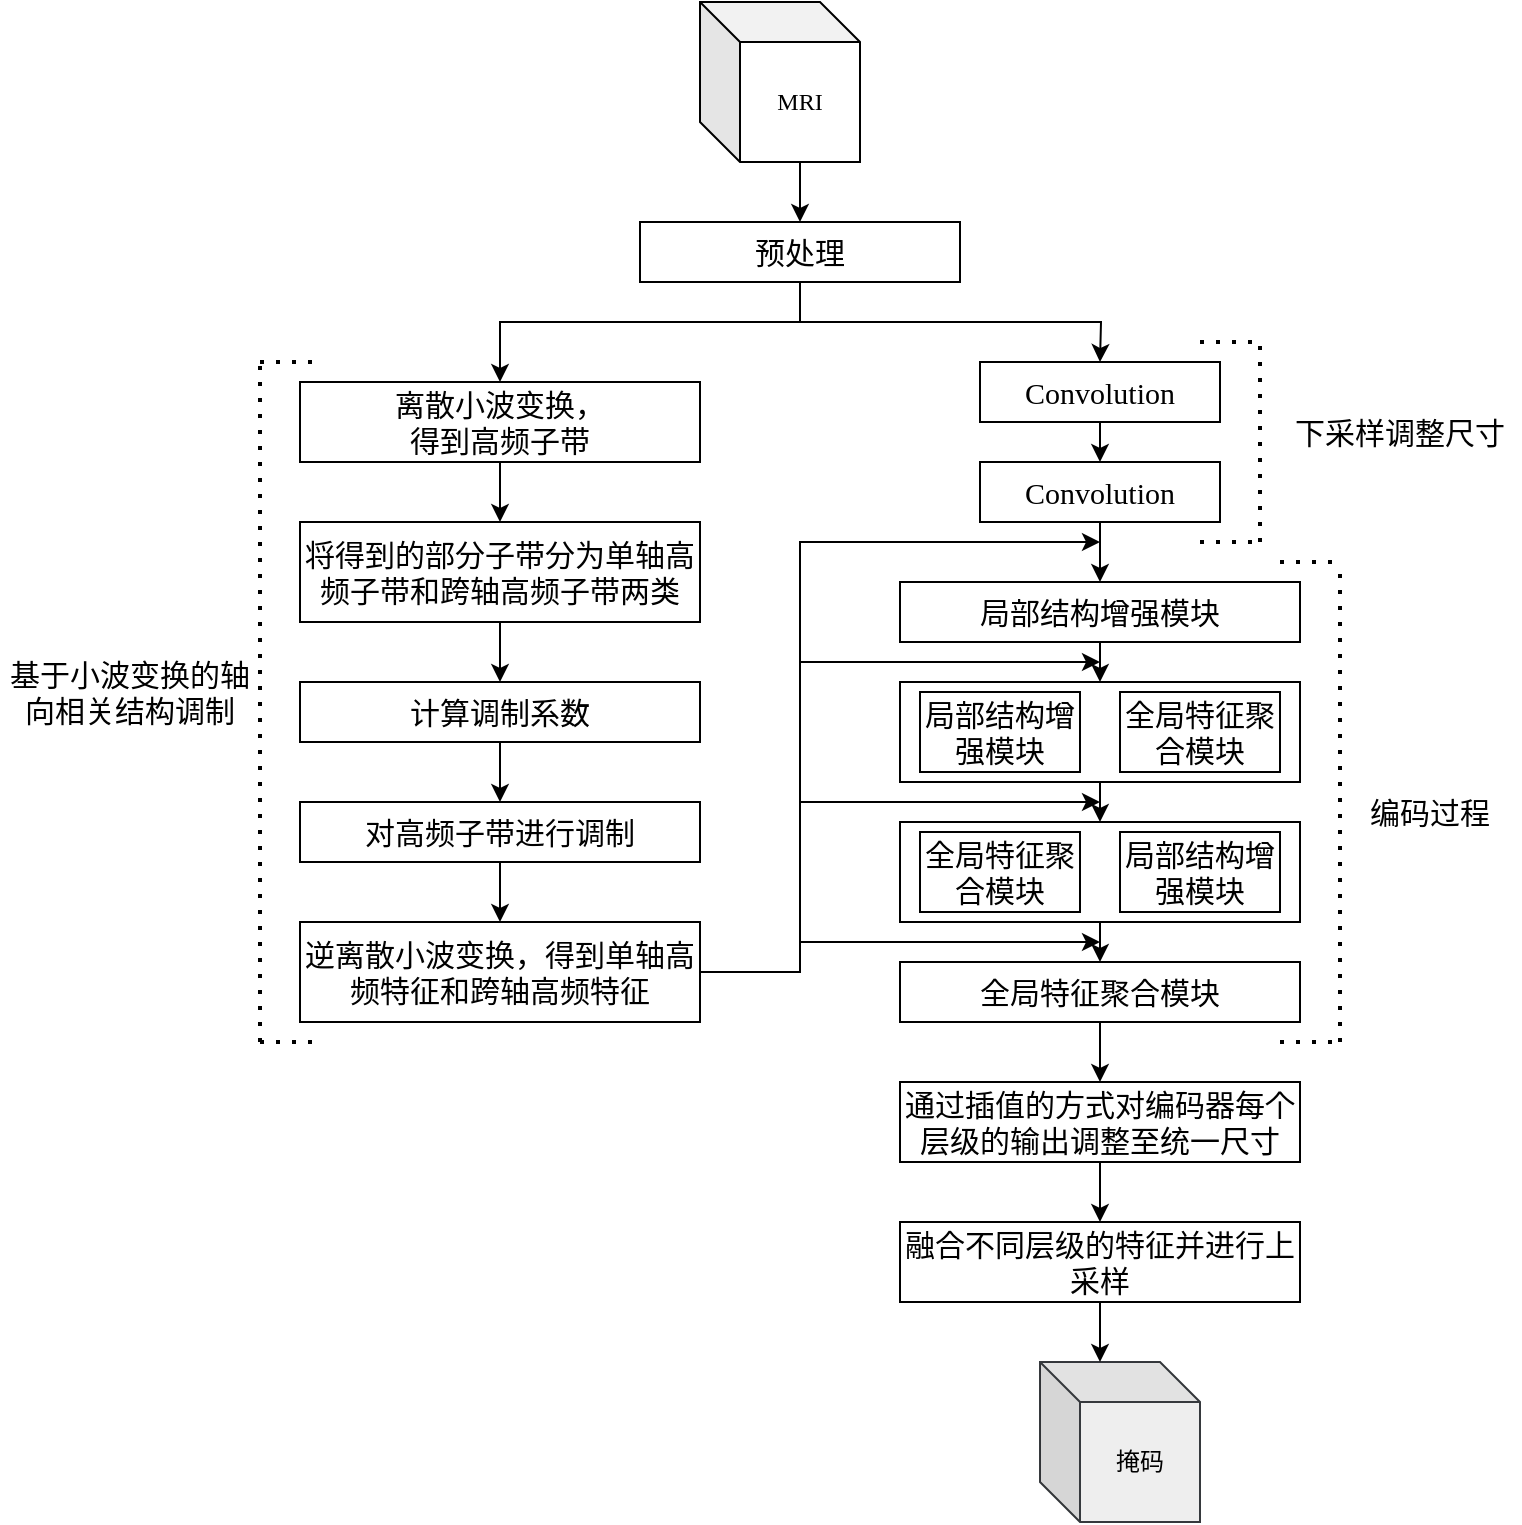
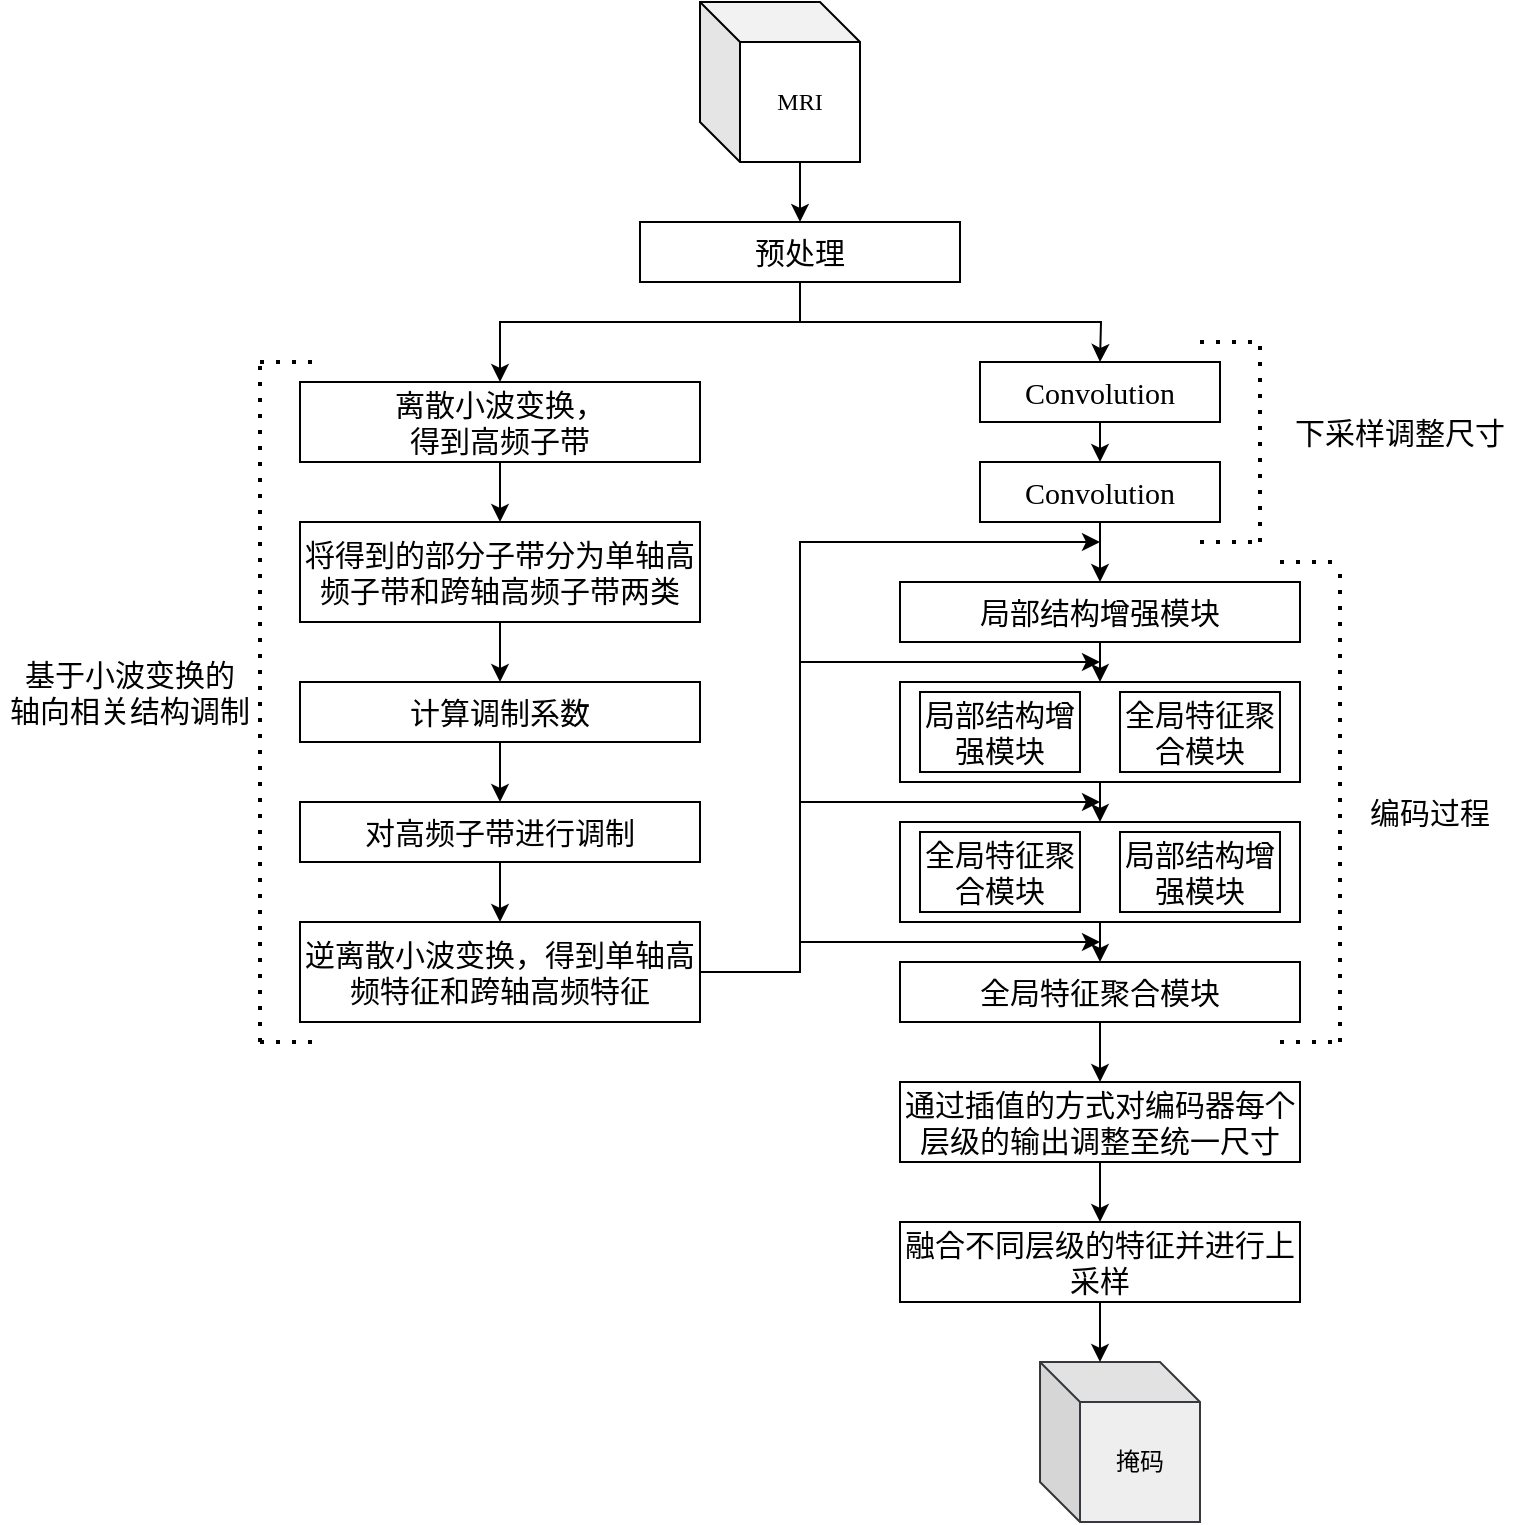
<mxfile host="app.diagrams.net">
  <diagram name="第 1 页" id="5Iq7FNl4cahkRyelhEuZ">
    <mxGraphModel dx="1406" dy="754" grid="1" gridSize="10" guides="1" tooltips="1" connect="1" arrows="1" fold="1" page="1" pageScale="1" pageWidth="827" pageHeight="1169" math="0" shadow="0">
      <root>
        <mxCell id="0" />
        <mxCell id="1" parent="0" />
        <mxCell id="zwdBU7YMSMu1EzGOEkfI-1" edge="1" parent="1" source="zwdBU7YMSMu1EzGOEkfI-3" style="edgeStyle=orthogonalEdgeStyle;rounded=0;orthogonalLoop=1;jettySize=auto;html=1;exitX=0.5;exitY=1;exitDx=0;exitDy=0;entryX=0.5;entryY=0;entryDx=0;entryDy=0;fontFamily=Times New Roman;" target="1ujZz8C-JaTFy7bkJe4T-16">
          <mxGeometry relative="1" as="geometry">
            <Array as="points">
              <mxPoint x="410" y="180" />
              <mxPoint x="260" y="180" />
            </Array>
            <mxPoint x="260" y="200" as="targetPoint" />
          </mxGeometry>
        </mxCell>
        <mxCell id="zwdBU7YMSMu1EzGOEkfI-2" edge="1" parent="1" source="zwdBU7YMSMu1EzGOEkfI-3" style="edgeStyle=orthogonalEdgeStyle;rounded=0;orthogonalLoop=1;jettySize=auto;html=1;exitX=0.5;exitY=1;exitDx=0;exitDy=0;fontFamily=Times New Roman;">
          <mxGeometry relative="1" as="geometry">
            <mxPoint x="560" y="200" as="targetPoint" />
          </mxGeometry>
        </mxCell>
        <mxCell id="zwdBU7YMSMu1EzGOEkfI-3" parent="1" style="rounded=0;whiteSpace=wrap;html=1;fontFamily=Times New Roman;" value="&lt;font style=&quot;font-size: 15px;&quot;&gt;预处理&lt;/font&gt;" vertex="1">
          <mxGeometry height="30" width="160" x="330" y="130" as="geometry" />
        </mxCell>
        <mxCell id="zwdBU7YMSMu1EzGOEkfI-4" parent="1" style="shape=cube;whiteSpace=wrap;html=1;boundedLbl=1;backgroundOutline=1;darkOpacity=0.05;darkOpacity2=0.1;fontFamily=Times New Roman;" value="MRI" vertex="1">
          <mxGeometry height="80" width="80" x="360" y="20" as="geometry" />
        </mxCell>
        <mxCell id="zwdBU7YMSMu1EzGOEkfI-5" edge="1" parent="1" source="zwdBU7YMSMu1EzGOEkfI-4" style="endArrow=classic;html=1;rounded=0;exitX=0;exitY=0;exitDx=50;exitDy=80;exitPerimeter=0;entryX=0.5;entryY=0;entryDx=0;entryDy=0;fontFamily=Times New Roman;" target="zwdBU7YMSMu1EzGOEkfI-3" value="">
          <mxGeometry height="50" relative="1" width="50" as="geometry">
            <Array as="points" />
            <mxPoint x="470" y="450" as="sourcePoint" />
            <mxPoint x="470" y="470" as="targetPoint" />
          </mxGeometry>
        </mxCell>
        <mxCell id="1ujZz8C-JaTFy7bkJe4T-23" edge="1" parent="1" source="zwdBU7YMSMu1EzGOEkfI-6" style="edgeStyle=orthogonalEdgeStyle;rounded=0;orthogonalLoop=1;jettySize=auto;html=1;exitX=0.5;exitY=1;exitDx=0;exitDy=0;entryX=0.5;entryY=0;entryDx=0;entryDy=0;" target="zwdBU7YMSMu1EzGOEkfI-13">
          <mxGeometry relative="1" as="geometry" />
        </mxCell>
        <mxCell id="zwdBU7YMSMu1EzGOEkfI-6" parent="1" style="rounded=0;whiteSpace=wrap;html=1;fontFamily=Times New Roman;" value="&lt;font style=&quot;font-size: 15px;&quot;&gt;Convolution&lt;/font&gt;" vertex="1">
          <mxGeometry height="30" width="120" x="500" y="250" as="geometry" />
        </mxCell>
        <mxCell id="zwdBU7YMSMu1EzGOEkfI-8" edge="1" parent="1" source="zwdBU7YMSMu1EzGOEkfI-7" style="edgeStyle=orthogonalEdgeStyle;rounded=0;orthogonalLoop=1;jettySize=auto;html=1;exitX=0.5;exitY=1;exitDx=0;exitDy=0;entryX=0.5;entryY=0;entryDx=0;entryDy=0;fontFamily=Times New Roman;" target="zwdBU7YMSMu1EzGOEkfI-6">
          <mxGeometry relative="1" as="geometry">
            <Array as="points">
              <mxPoint x="560" y="240" />
              <mxPoint x="560" y="240" />
            </Array>
          </mxGeometry>
        </mxCell>
        <mxCell id="zwdBU7YMSMu1EzGOEkfI-7" parent="1" style="rounded=0;whiteSpace=wrap;html=1;fontFamily=Times New Roman;" value="&lt;font style=&quot;font-size: 15px;&quot;&gt;Convolution&lt;/font&gt;" vertex="1">
          <mxGeometry height="30" width="120" x="500" y="200" as="geometry" />
        </mxCell>
        <mxCell id="zwdBU7YMSMu1EzGOEkfI-9" edge="1" parent="1" style="endArrow=none;dashed=1;html=1;dashPattern=1 3;strokeWidth=2;rounded=0;fontFamily=Times New Roman;" value="">
          <mxGeometry height="50" relative="1" width="50" as="geometry">
            <mxPoint x="610" y="190" as="sourcePoint" />
            <mxPoint x="640" y="190" as="targetPoint" />
          </mxGeometry>
        </mxCell>
        <mxCell id="zwdBU7YMSMu1EzGOEkfI-10" edge="1" parent="1" style="endArrow=none;dashed=1;html=1;dashPattern=1 3;strokeWidth=2;rounded=0;fontFamily=Times New Roman;" value="">
          <mxGeometry height="50" relative="1" width="50" as="geometry">
            <mxPoint x="640" y="290" as="sourcePoint" />
            <mxPoint x="640" y="190" as="targetPoint" />
          </mxGeometry>
        </mxCell>
        <mxCell id="zwdBU7YMSMu1EzGOEkfI-11" edge="1" parent="1" style="endArrow=none;dashed=1;html=1;dashPattern=1 3;strokeWidth=2;rounded=0;fontFamily=Times New Roman;" value="">
          <mxGeometry height="50" relative="1" width="50" as="geometry">
            <mxPoint x="610" y="290" as="sourcePoint" />
            <mxPoint x="640" y="290" as="targetPoint" />
          </mxGeometry>
        </mxCell>
        <mxCell id="1ujZz8C-JaTFy7bkJe4T-10" edge="1" parent="1" source="zwdBU7YMSMu1EzGOEkfI-13" style="edgeStyle=orthogonalEdgeStyle;rounded=0;orthogonalLoop=1;jettySize=auto;html=1;exitX=0.5;exitY=1;exitDx=0;exitDy=0;entryX=0.5;entryY=0;entryDx=0;entryDy=0;fontFamily=Times New Roman;" target="1ujZz8C-JaTFy7bkJe4T-4">
          <mxGeometry relative="1" as="geometry" />
        </mxCell>
        <mxCell id="zwdBU7YMSMu1EzGOEkfI-13" parent="1" style="rounded=0;whiteSpace=wrap;html=1;fontFamily=Times New Roman;" value="&lt;span style=&quot;font-size: 15px;&quot;&gt;局部&lt;/span&gt;&lt;font style=&quot;font-size: 15px;&quot;&gt;结构增强&lt;/font&gt;&lt;span style=&quot;font-size: 15px;&quot;&gt;模块&lt;/span&gt;" vertex="1">
          <mxGeometry height="30" width="200" x="460" y="310" as="geometry" />
        </mxCell>
        <mxCell id="1ujZz8C-JaTFy7bkJe4T-14" edge="1" parent="1" source="1ujZz8C-JaTFy7bkJe4T-3" style="edgeStyle=orthogonalEdgeStyle;rounded=0;orthogonalLoop=1;jettySize=auto;html=1;exitX=0.5;exitY=1;exitDx=0;exitDy=0;fontFamily=Times New Roman;">
          <mxGeometry relative="1" as="geometry">
            <mxPoint x="560" y="560" as="targetPoint" />
          </mxGeometry>
        </mxCell>
        <mxCell id="1ujZz8C-JaTFy7bkJe4T-3" parent="1" style="rounded=0;whiteSpace=wrap;html=1;fontFamily=Times New Roman;" value="&lt;span style=&quot;font-size: 15px;&quot;&gt;全局特征聚合模块&lt;/span&gt;" vertex="1">
          <mxGeometry height="30" width="200" x="460" y="500" as="geometry" />
        </mxCell>
        <mxCell id="1ujZz8C-JaTFy7bkJe4T-6" connectable="0" parent="1" style="group;fontFamily=Times New Roman;" value="" vertex="1">
          <mxGeometry height="50" width="200" x="460" y="360" as="geometry" />
        </mxCell>
        <mxCell id="1ujZz8C-JaTFy7bkJe4T-4" parent="1ujZz8C-JaTFy7bkJe4T-6" style="rounded=0;whiteSpace=wrap;html=1;fontFamily=Times New Roman;" value="" vertex="1">
          <mxGeometry height="50" width="200" as="geometry" />
        </mxCell>
        <mxCell id="zwdBU7YMSMu1EzGOEkfI-14" parent="1ujZz8C-JaTFy7bkJe4T-6" style="rounded=0;whiteSpace=wrap;html=1;fontFamily=Times New Roman;" value="&lt;span style=&quot;font-size: 15px;&quot;&gt;局部&lt;/span&gt;&lt;font style=&quot;font-size: 15px;&quot;&gt;结构增强&lt;/font&gt;&lt;span style=&quot;font-size: 15px;&quot;&gt;模块&lt;/span&gt;" vertex="1">
          <mxGeometry height="40" width="80" x="10" y="5" as="geometry" />
        </mxCell>
        <mxCell id="zwdBU7YMSMu1EzGOEkfI-15" parent="1ujZz8C-JaTFy7bkJe4T-6" style="rounded=0;whiteSpace=wrap;html=1;fontFamily=Times New Roman;" value="&lt;span style=&quot;font-size: 15px;&quot;&gt;全局特征聚合模块&lt;/span&gt;" vertex="1">
          <mxGeometry height="40" width="80" x="110" y="5" as="geometry" />
        </mxCell>
        <mxCell id="1ujZz8C-JaTFy7bkJe4T-7" connectable="0" parent="1" style="group;fontFamily=Times New Roman;" value="" vertex="1">
          <mxGeometry height="50" width="200" x="460" y="430" as="geometry" />
        </mxCell>
        <mxCell id="1ujZz8C-JaTFy7bkJe4T-5" parent="1ujZz8C-JaTFy7bkJe4T-7" style="rounded=0;whiteSpace=wrap;html=1;fontFamily=Times New Roman;" value="" vertex="1">
          <mxGeometry height="50" width="200" as="geometry" />
        </mxCell>
        <mxCell id="1ujZz8C-JaTFy7bkJe4T-1" parent="1ujZz8C-JaTFy7bkJe4T-7" style="rounded=0;whiteSpace=wrap;html=1;fontFamily=Times New Roman;" value="&lt;span style=&quot;font-size: 15px;&quot;&gt;全局特征聚合模块&lt;/span&gt;" vertex="1">
          <mxGeometry height="40" width="80" x="10" y="5" as="geometry" />
        </mxCell>
        <mxCell id="1ujZz8C-JaTFy7bkJe4T-2" parent="1ujZz8C-JaTFy7bkJe4T-7" style="rounded=0;whiteSpace=wrap;html=1;fontFamily=Times New Roman;" value="&lt;span style=&quot;font-size: 15px;&quot;&gt;局部&lt;/span&gt;&lt;font style=&quot;font-size: 15px;&quot;&gt;结构增强&lt;/font&gt;&lt;span style=&quot;font-size: 15px;&quot;&gt;模块&lt;/span&gt;" vertex="1">
          <mxGeometry height="40" width="80" x="110" y="5" as="geometry" />
        </mxCell>
        <mxCell id="1ujZz8C-JaTFy7bkJe4T-11" edge="1" parent="1" source="1ujZz8C-JaTFy7bkJe4T-4" style="edgeStyle=orthogonalEdgeStyle;rounded=0;orthogonalLoop=1;jettySize=auto;html=1;exitX=0.5;exitY=1;exitDx=0;exitDy=0;entryX=0.5;entryY=0;entryDx=0;entryDy=0;fontFamily=Times New Roman;" target="1ujZz8C-JaTFy7bkJe4T-5">
          <mxGeometry relative="1" as="geometry" />
        </mxCell>
        <mxCell id="1ujZz8C-JaTFy7bkJe4T-13" edge="1" parent="1" source="1ujZz8C-JaTFy7bkJe4T-5" style="edgeStyle=orthogonalEdgeStyle;rounded=0;orthogonalLoop=1;jettySize=auto;html=1;exitX=0.5;exitY=1;exitDx=0;exitDy=0;entryX=0.5;entryY=0;entryDx=0;entryDy=0;fontFamily=Times New Roman;" target="1ujZz8C-JaTFy7bkJe4T-3">
          <mxGeometry relative="1" as="geometry" />
        </mxCell>
        <mxCell id="1ujZz8C-JaTFy7bkJe4T-48" edge="1" parent="1" source="1ujZz8C-JaTFy7bkJe4T-15" style="edgeStyle=orthogonalEdgeStyle;rounded=0;orthogonalLoop=1;jettySize=auto;html=1;exitX=0.5;exitY=1;exitDx=0;exitDy=0;entryX=0.5;entryY=0;entryDx=0;entryDy=0;" target="1ujZz8C-JaTFy7bkJe4T-47">
          <mxGeometry relative="1" as="geometry" />
        </mxCell>
        <mxCell id="1ujZz8C-JaTFy7bkJe4T-15" parent="1" style="rounded=0;whiteSpace=wrap;html=1;fontFamily=Times New Roman;" value="&lt;font style=&quot;font-size: 15px;&quot;&gt;通过插值的方式对编码器每个层级的输出调整至统一尺寸&lt;/font&gt;" vertex="1">
          <mxGeometry height="40" width="200" x="460" y="560" as="geometry" />
        </mxCell>
        <mxCell id="1ujZz8C-JaTFy7bkJe4T-42" edge="1" parent="1" source="1ujZz8C-JaTFy7bkJe4T-16" style="edgeStyle=orthogonalEdgeStyle;rounded=0;orthogonalLoop=1;jettySize=auto;html=1;exitX=0.5;exitY=1;exitDx=0;exitDy=0;entryX=0.5;entryY=0;entryDx=0;entryDy=0;" target="1ujZz8C-JaTFy7bkJe4T-26">
          <mxGeometry relative="1" as="geometry" />
        </mxCell>
        <mxCell id="1ujZz8C-JaTFy7bkJe4T-16" parent="1" style="rounded=0;whiteSpace=wrap;html=1;fontFamily=Times New Roman;" value="&lt;span style=&quot;font-size: 15px;&quot;&gt;离散小波变换，&lt;/span&gt;&lt;div&gt;&lt;span style=&quot;font-size: 15px;&quot;&gt;得到高频子带&lt;/span&gt;&lt;/div&gt;" vertex="1">
          <mxGeometry height="40" width="200" x="160" y="210" as="geometry" />
        </mxCell>
        <mxCell id="1ujZz8C-JaTFy7bkJe4T-17" edge="1" parent="1" style="endArrow=none;dashed=1;html=1;dashPattern=1 3;strokeWidth=2;rounded=0;fontFamily=Times New Roman;" value="">
          <mxGeometry height="50" relative="1" width="50" as="geometry">
            <mxPoint x="650" y="300" as="sourcePoint" />
            <mxPoint x="680" y="300" as="targetPoint" />
          </mxGeometry>
        </mxCell>
        <mxCell id="1ujZz8C-JaTFy7bkJe4T-18" edge="1" parent="1" style="endArrow=none;dashed=1;html=1;dashPattern=1 3;strokeWidth=2;rounded=0;fontFamily=Times New Roman;" value="">
          <mxGeometry height="50" relative="1" width="50" as="geometry">
            <mxPoint x="680" y="540" as="sourcePoint" />
            <mxPoint x="680" y="300" as="targetPoint" />
          </mxGeometry>
        </mxCell>
        <mxCell id="1ujZz8C-JaTFy7bkJe4T-19" edge="1" parent="1" style="endArrow=none;dashed=1;html=1;dashPattern=1 3;strokeWidth=2;rounded=0;fontFamily=Times New Roman;" value="">
          <mxGeometry height="50" relative="1" width="50" as="geometry">
            <mxPoint x="650" y="540" as="sourcePoint" />
            <mxPoint x="680" y="540" as="targetPoint" />
          </mxGeometry>
        </mxCell>
        <mxCell id="1ujZz8C-JaTFy7bkJe4T-20" parent="1" style="text;html=1;whiteSpace=wrap;strokeColor=none;fillColor=none;align=center;verticalAlign=middle;rounded=0;" value="&lt;font style=&quot;font-size: 15px;&quot;&gt;编码过程&lt;/font&gt;" vertex="1">
          <mxGeometry height="30" width="70" x="690" y="410" as="geometry" />
        </mxCell>
        <mxCell id="1ujZz8C-JaTFy7bkJe4T-34" edge="1" parent="1" source="1ujZz8C-JaTFy7bkJe4T-21" style="edgeStyle=orthogonalEdgeStyle;rounded=0;orthogonalLoop=1;jettySize=auto;html=1;exitX=1;exitY=0.5;exitDx=0;exitDy=0;">
          <mxGeometry relative="1" as="geometry">
            <Array as="points">
              <mxPoint x="410" y="505" />
              <mxPoint x="410" y="490" />
            </Array>
            <mxPoint x="560" y="490" as="targetPoint" />
          </mxGeometry>
        </mxCell>
        <mxCell id="1ujZz8C-JaTFy7bkJe4T-35" edge="1" parent="1" source="1ujZz8C-JaTFy7bkJe4T-21" style="edgeStyle=orthogonalEdgeStyle;rounded=0;orthogonalLoop=1;jettySize=auto;html=1;exitX=1;exitY=0.5;exitDx=0;exitDy=0;">
          <mxGeometry relative="1" as="geometry">
            <Array as="points">
              <mxPoint x="410" y="505" />
              <mxPoint x="410" y="420" />
            </Array>
            <mxPoint x="560" y="420" as="targetPoint" />
          </mxGeometry>
        </mxCell>
        <mxCell id="1ujZz8C-JaTFy7bkJe4T-36" edge="1" parent="1" source="1ujZz8C-JaTFy7bkJe4T-21" style="edgeStyle=orthogonalEdgeStyle;rounded=0;orthogonalLoop=1;jettySize=auto;html=1;exitX=1;exitY=0.5;exitDx=0;exitDy=0;">
          <mxGeometry relative="1" as="geometry">
            <Array as="points">
              <mxPoint x="410" y="505" />
              <mxPoint x="410" y="350" />
            </Array>
            <mxPoint x="560" y="350" as="targetPoint" />
          </mxGeometry>
        </mxCell>
        <mxCell id="1ujZz8C-JaTFy7bkJe4T-37" edge="1" parent="1" source="1ujZz8C-JaTFy7bkJe4T-21" style="edgeStyle=orthogonalEdgeStyle;rounded=0;orthogonalLoop=1;jettySize=auto;html=1;exitX=1;exitY=0.5;exitDx=0;exitDy=0;">
          <mxGeometry relative="1" as="geometry">
            <Array as="points">
              <mxPoint x="410" y="505" />
              <mxPoint x="410" y="290" />
            </Array>
            <mxPoint x="560" y="290" as="targetPoint" />
          </mxGeometry>
        </mxCell>
        <mxCell id="1ujZz8C-JaTFy7bkJe4T-21" parent="1" style="rounded=0;whiteSpace=wrap;html=1;fontFamily=Times New Roman;" value="&lt;span style=&quot;font-size: 15px;&quot;&gt;逆离散小波变换，得到单轴高频特征和跨轴高频特征&lt;/span&gt;" vertex="1">
          <mxGeometry height="50" width="200" x="160" y="480" as="geometry" />
        </mxCell>
        <mxCell id="1ujZz8C-JaTFy7bkJe4T-24" parent="1" style="shape=cube;whiteSpace=wrap;html=1;boundedLbl=1;backgroundOutline=1;darkOpacity=0.05;darkOpacity2=0.1;fontFamily=Times New Roman;fillColor=#eeeeee;strokeColor=#36393d;" value="掩码" vertex="1">
          <mxGeometry height="80" width="80" x="530" y="700" as="geometry" />
        </mxCell>
        <mxCell id="1ujZz8C-JaTFy7bkJe4T-43" edge="1" parent="1" source="1ujZz8C-JaTFy7bkJe4T-26" style="edgeStyle=orthogonalEdgeStyle;rounded=0;orthogonalLoop=1;jettySize=auto;html=1;exitX=0.5;exitY=1;exitDx=0;exitDy=0;entryX=0.5;entryY=0;entryDx=0;entryDy=0;" target="1ujZz8C-JaTFy7bkJe4T-30">
          <mxGeometry relative="1" as="geometry" />
        </mxCell>
        <mxCell id="1ujZz8C-JaTFy7bkJe4T-26" parent="1" style="rounded=0;whiteSpace=wrap;html=1;fontFamily=Times New Roman;" value="&lt;span style=&quot;color: rgb(0, 0, 0); font-family: &amp;quot;Times New Roman&amp;quot;; font-size: 15px; font-style: normal; font-variant-ligatures: normal; font-variant-caps: normal; font-weight: 400; letter-spacing: normal; orphans: 2; text-align: center; text-indent: 0px; text-transform: none; widows: 2; word-spacing: 0px; -webkit-text-stroke-width: 0px; white-space: normal; text-decoration-thickness: initial; text-decoration-style: initial; text-decoration-color: initial; float: none; background-color: light-dark(#ffffff, var(--ge-dark-color, #121212)); display: inline !important;&quot;&gt;将得到的部分子带分为单轴高频子带和跨轴高频子带两类&lt;/span&gt;" vertex="1">
          <mxGeometry height="50" width="200" x="160" y="280" as="geometry" />
        </mxCell>
        <mxCell id="1ujZz8C-JaTFy7bkJe4T-27" edge="1" parent="1" style="endArrow=none;dashed=1;html=1;dashPattern=1 3;strokeWidth=2;rounded=0;fontFamily=Times New Roman;" value="">
          <mxGeometry height="50" relative="1" width="50" as="geometry">
            <mxPoint x="140" y="540" as="sourcePoint" />
            <mxPoint x="140" y="200" as="targetPoint" />
          </mxGeometry>
        </mxCell>
        <mxCell id="1ujZz8C-JaTFy7bkJe4T-28" edge="1" parent="1" style="endArrow=none;dashed=1;html=1;dashPattern=1 3;strokeWidth=2;rounded=0;fontFamily=Times New Roman;" value="">
          <mxGeometry height="50" relative="1" width="50" as="geometry">
            <mxPoint x="140" y="200" as="sourcePoint" />
            <mxPoint x="170" y="200" as="targetPoint" />
          </mxGeometry>
        </mxCell>
        <mxCell id="1ujZz8C-JaTFy7bkJe4T-29" edge="1" parent="1" style="endArrow=none;dashed=1;html=1;dashPattern=1 3;strokeWidth=2;rounded=0;fontFamily=Times New Roman;" value="">
          <mxGeometry height="50" relative="1" width="50" as="geometry">
            <mxPoint x="140" y="540" as="sourcePoint" />
            <mxPoint x="170" y="540" as="targetPoint" />
          </mxGeometry>
        </mxCell>
        <mxCell id="1ujZz8C-JaTFy7bkJe4T-44" edge="1" parent="1" source="1ujZz8C-JaTFy7bkJe4T-30" style="edgeStyle=orthogonalEdgeStyle;rounded=0;orthogonalLoop=1;jettySize=auto;html=1;exitX=0.5;exitY=1;exitDx=0;exitDy=0;entryX=0.5;entryY=0;entryDx=0;entryDy=0;" target="1ujZz8C-JaTFy7bkJe4T-39">
          <mxGeometry relative="1" as="geometry" />
        </mxCell>
        <mxCell id="1ujZz8C-JaTFy7bkJe4T-30" parent="1" style="rounded=0;whiteSpace=wrap;html=1;fontFamily=Times New Roman;" value="&lt;span style=&quot;font-size: 15px;&quot;&gt;计算调制系数&lt;/span&gt;" vertex="1">
          <mxGeometry height="30" width="200" x="160" y="360" as="geometry" />
        </mxCell>
        <mxCell id="1ujZz8C-JaTFy7bkJe4T-41" edge="1" parent="1" source="1ujZz8C-JaTFy7bkJe4T-39" style="edgeStyle=orthogonalEdgeStyle;rounded=0;orthogonalLoop=1;jettySize=auto;html=1;exitX=0.5;exitY=1;exitDx=0;exitDy=0;" target="1ujZz8C-JaTFy7bkJe4T-21">
          <mxGeometry relative="1" as="geometry" />
        </mxCell>
        <mxCell id="1ujZz8C-JaTFy7bkJe4T-39" parent="1" style="rounded=0;whiteSpace=wrap;html=1;fontFamily=Times New Roman;" value="&lt;font style=&quot;font-size: 15px;&quot;&gt;对高频子带进行调制&lt;/font&gt;" vertex="1">
          <mxGeometry height="30" width="200" x="160" y="420" as="geometry" />
        </mxCell>
        <mxCell id="1ujZz8C-JaTFy7bkJe4T-45" parent="1" style="text;html=1;whiteSpace=wrap;strokeColor=none;fillColor=none;align=center;verticalAlign=middle;rounded=0;" value="&lt;span style=&quot;font-size: 15px;&quot;&gt;下采样调整尺寸&lt;/span&gt;" vertex="1">
          <mxGeometry height="30" width="120" x="650" y="220" as="geometry" />
        </mxCell>
-         <mxCell id="1ujZz8C-JaTFy7bkJe4T-46" parent="1" style="text;html=1;whiteSpace=wrap;strokeColor=none;fillColor=none;align=center;verticalAlign=middle;rounded=0;" value="&lt;font face=&quot;Times New Roman&quot; style=&quot;font-size: 15px;&quot;&gt;基于小波变换的轴向相关结构调制&lt;/font&gt;" vertex="1">
+         <mxCell id="1ujZz8C-JaTFy7bkJe4T-46" parent="1" style="text;html=1;whiteSpace=wrap;strokeColor=none;fillColor=none;align=center;verticalAlign=middle;rounded=0;" value="&lt;font face=&quot;Times New Roman&quot; style=&quot;font-size: 15px;&quot;&gt;基于小波变换的&lt;/font&gt;&lt;div&gt;&lt;font face=&quot;Times New Roman&quot; style=&quot;font-size: 15px;&quot;&gt;轴向相关结构调制&lt;/font&gt;&lt;/div&gt;" vertex="1">
          <mxGeometry height="30" width="130" x="10" y="350" as="geometry" />
        </mxCell>
        <mxCell id="1ujZz8C-JaTFy7bkJe4T-47" parent="1" style="rounded=0;whiteSpace=wrap;html=1;fontFamily=Times New Roman;" value="&lt;font style=&quot;font-size: 15px;&quot;&gt;融合不同层级的特征并进行上采样&lt;/font&gt;" vertex="1">
          <mxGeometry height="40" width="200" x="460" y="630" as="geometry" />
        </mxCell>
        <mxCell id="1ujZz8C-JaTFy7bkJe4T-49" edge="1" parent="1" source="1ujZz8C-JaTFy7bkJe4T-47" style="edgeStyle=orthogonalEdgeStyle;rounded=0;orthogonalLoop=1;jettySize=auto;html=1;exitX=0.5;exitY=1;exitDx=0;exitDy=0;entryX=0;entryY=0;entryDx=30;entryDy=0;entryPerimeter=0;" target="1ujZz8C-JaTFy7bkJe4T-24">
          <mxGeometry relative="1" as="geometry" />
        </mxCell>
      </root>
    </mxGraphModel>
  </diagram>
</mxfile>
